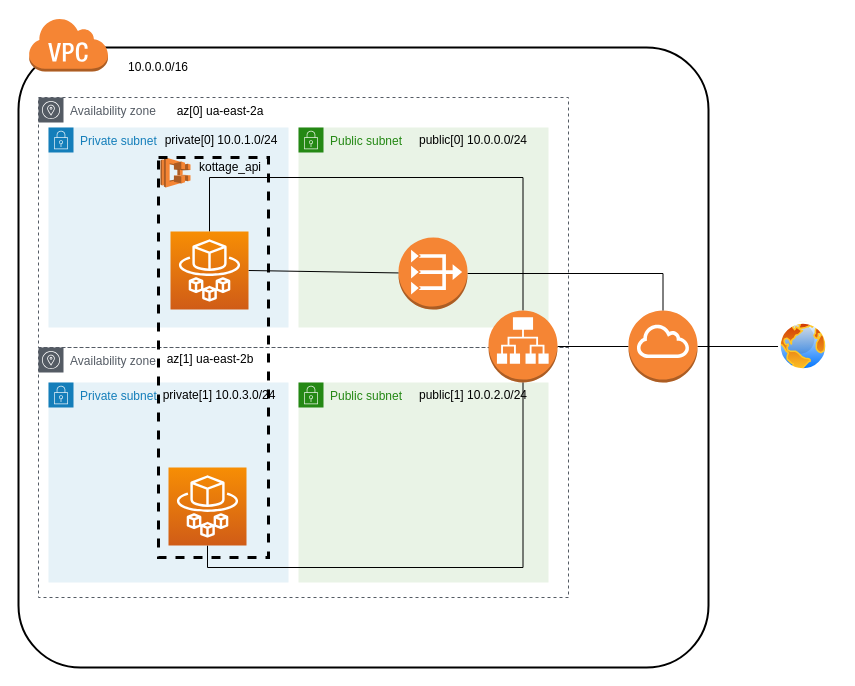
Earlier version of the draw.io diagram infra/kottage-network.drawio (hmiyado/kottage). Source tidied: cells renumbered, new cells numbered last; positions are measured from the earlier drawing's top-left corner, leaving out a move shared by most shapes. Both pictures are drawn from the tidied source at 100%, with x=0, y=0 at pixel (18, 17).
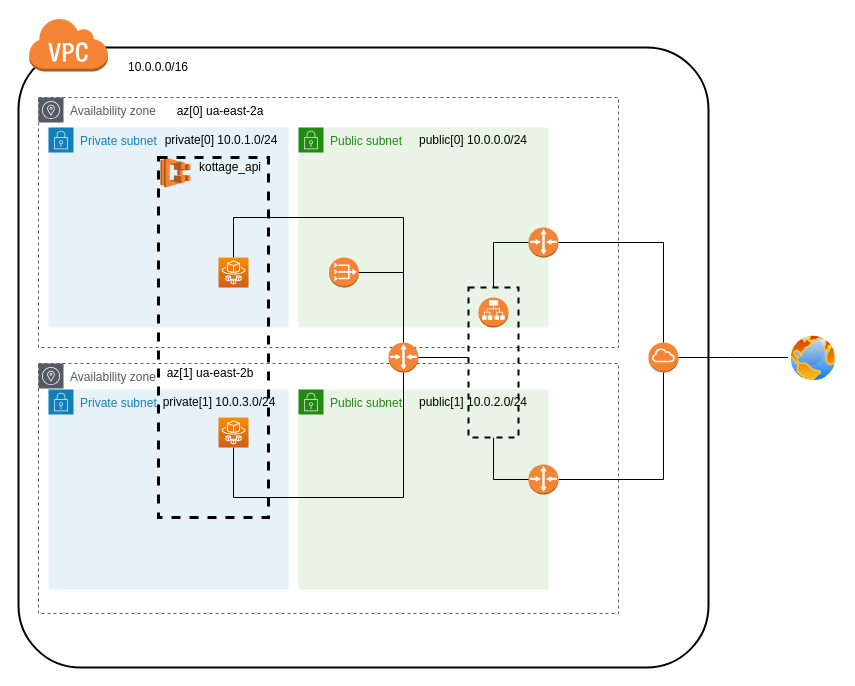
Above is the later version.

Commit message:
add router to network diagram

The edit, as a diff of the source:
```diff
@@
     <mxCell id="3" value="Availability zone" style="gradientColor=none;html=1;whiteSpace=wrap;fontSize=12;fontStyle=0;shape=mxgraph.aws4.group;grIcon=mxgraph.aws4.group_availability_zone;strokeColor=#545B64;fillColor=none;verticalAlign=top;align=left;spacingLeft=30;fontColor=#545B64;dashed=1;" parent="1" vertex="1">
-      <mxGeometry x="20" y="80" width="530" height="250" as="geometry" />
+      <mxGeometry x="20" y="80" width="580" height="250" as="geometry" />
     </mxCell>
@@
     <mxCell id="5" value="Availability zone" style="gradientColor=none;html=1;whiteSpace=wrap;fontSize=12;fontStyle=0;shape=mxgraph.aws4.group;grIcon=mxgraph.aws4.group_availability_zone;strokeColor=#545B64;fillColor=none;verticalAlign=top;align=left;spacingLeft=30;fontColor=#545B64;dashed=1;" parent="1" vertex="1">
-      <mxGeometry x="20" y="330" width="530" height="250" as="geometry" />
+      <mxGeometry x="20" y="346" width="580" height="250" as="geometry" />
     </mxCell>
@@
-    <mxCell id="7" style="rounded=0;jettySize=auto;html=1;exitX=0;exitY=0.5;exitDx=0;exitDy=0;exitPerimeter=0;endArrow=none;endFill=0;" parent="1" edge="1" source="9" target="19">
-      <mxGeometry relative="1" as="geometry" />
-    </mxCell>
@@
     <mxCell id="9" style="outlineConnect=0;dashed=0;verticalLabelPosition=bottom;verticalAlign=top;align=center;html=1;shape=mxgraph.aws3.internet_gateway;fillColor=#F58534;gradientColor=none;" parent="1" vertex="1">
-      <mxGeometry x="610" y="293" width="69" height="72" as="geometry" />
+      <mxGeometry x="630" y="325" width="30" height="30" as="geometry" />
     </mxCell>
@@
     <mxCell id="12" value="Private subnet" style="gradientColor=none;html=1;whiteSpace=wrap;fontSize=12;fontStyle=0;shape=mxgraph.aws4.group;grIcon=mxgraph.aws4.group_security_group;grStroke=0;strokeColor=#147EBA;fillColor=#E6F2F8;verticalAlign=top;align=left;spacingLeft=30;fontColor=#147EBA;dashed=0;" parent="1" vertex="1">
-      <mxGeometry x="30" y="365" width="240" height="200" as="geometry" />
+      <mxGeometry x="30" y="372" width="240" height="200" as="geometry" />
     </mxCell>
     <mxCell id="13" value="private[1] 10.0.3.0/24" style="text;html=1;strokeColor=none;fillColor=none;align=center;verticalAlign=middle;whiteSpace=wrap;rounded=0;" parent="1" vertex="1">
-      <mxGeometry x="141" y="368" width="120" height="20" as="geometry" />
+      <mxGeometry x="141" y="375" width="120" height="20" as="geometry" />
     </mxCell>
@@
     <mxCell id="16" value="Public subnet" style="gradientColor=none;html=1;whiteSpace=wrap;fontSize=12;fontStyle=0;shape=mxgraph.aws4.group;grIcon=mxgraph.aws4.group_security_group;grStroke=0;strokeColor=#248814;fillColor=#E9F3E6;verticalAlign=top;align=left;spacingLeft=30;fontColor=#248814;dashed=0;" parent="1" vertex="1">
-      <mxGeometry x="280" y="365" width="250" height="200" as="geometry" />
+      <mxGeometry x="280" y="372" width="250" height="200" as="geometry" />
     </mxCell>
     <mxCell id="17" value="public[1] 10.0.2.0/24" style="text;html=1;strokeColor=none;fillColor=none;align=center;verticalAlign=middle;whiteSpace=wrap;rounded=0;" parent="1" vertex="1">
-      <mxGeometry x="390" y="368" width="130" height="20" as="geometry" />
+      <mxGeometry x="390" y="375" width="130" height="20" as="geometry" />
     </mxCell>
-    <mxCell id="18" style="edgeStyle=elbowEdgeStyle;rounded=0;jettySize=auto;html=1;exitX=0.5;exitY=0;exitDx=0;exitDy=0;exitPerimeter=0;entryX=0.5;entryY=0;entryDx=0;entryDy=0;entryPerimeter=0;endArrow=none;endFill=0;strokeColor=#000000;elbow=vertical;" parent="1" edge="1" source="19" target="23">
+    <mxCell id="18" style="edgeStyle=elbowEdgeStyle;rounded=0;jettySize=auto;html=1;entryX=0.5;entryY=0;entryDx=0;entryDy=0;entryPerimeter=0;endArrow=none;endFill=0;strokeColor=#000000;elbow=vertical;exitX=0.5;exitY=0;exitDx=0;exitDy=0;exitPerimeter=0;" parent="1" edge="1" source="32" target="23">
       <mxGeometry relative="1" as="geometry">
         <Array as="points">
+          <mxPoint x="290" y="200" />
           <mxPoint x="380" y="160" />
         </Array>
       </mxGeometry>
     </mxCell>
     <mxCell id="19" style="outlineConnect=0;dashed=0;verticalLabelPosition=bottom;verticalAlign=top;align=center;html=1;shape=mxgraph.aws3.application_load_balancer;fillColor=#F58534;gradientColor=none;" parent="1" vertex="1">
-      <mxGeometry x="470" y="293" width="69" height="72" as="geometry" />
+      <mxGeometry x="460" y="280" width="30" height="30" as="geometry" />
     </mxCell>
-    <mxCell id="20" style="edgeStyle=elbowEdgeStyle;rounded=0;jettySize=auto;elbow=vertical;html=1;exitX=1;exitY=0.5;exitDx=0;exitDy=0;exitPerimeter=0;endArrow=none;endFill=0;strokeColor=#000000;" parent="1" edge="1" source="21" target="9">
+    <mxCell id="20" style="edgeStyle=elbowEdgeStyle;rounded=0;jettySize=auto;elbow=vertical;html=1;exitX=1;exitY=0.5;exitDx=0;exitDy=0;exitPerimeter=0;endArrow=none;endFill=0;strokeColor=#000000;entryX=0.5;entryY=0;entryDx=0;entryDy=0;entryPerimeter=0;" parent="1" edge="1" source="21" target="32">
       <mxGeometry relative="1" as="geometry">
         <Array as="points">
-          <mxPoint x="570" y="256" />
+          <mxPoint x="390" y="255" />
         </Array>
       </mxGeometry>
     </mxCell>
     <mxCell id="21" style="outlineConnect=0;dashed=0;verticalLabelPosition=bottom;verticalAlign=top;align=center;html=1;shape=mxgraph.aws3.vpc_nat_gateway;fillColor=#F58534;gradientColor=none;" parent="1" vertex="1">
-      <mxGeometry x="380" y="220" width="69" height="72" as="geometry" />
+      <mxGeometry x="310.5" y="240" width="30" height="30" as="geometry" />
     </mxCell>
-    <mxCell id="22" style="edgeStyle=none;rounded=0;jettySize=auto;html=1;exitX=1;exitY=0.5;exitDx=0;exitDy=0;exitPerimeter=0;endArrow=none;endFill=0;strokeColor=#000000;" parent="1" edge="1" source="23" target="21">
-      <mxGeometry relative="1" as="geometry" />
-    </mxCell>
     <mxCell id="23" style="points=[[0,0,0],[0.25,0,0],[0.5,0,0],[0.75,0,0],[1,0,0],[0,1,0],[0.25,1,0],[0.5,1,0],[0.75,1,0],[1,1,0],[0,0.25,0],[0,0.5,0],[0,0.75,0],[1,0.25,0],[1,0.5,0],[1,0.75,0]];outlineConnect=0;fontColor=#232F3E;gradientColor=#F78E04;gradientDirection=north;fillColor=#D05C17;strokeColor=#ffffff;dashed=0;verticalLabelPosition=bottom;verticalAlign=top;align=center;html=1;fontSize=12;fontStyle=0;shape=mxgraph.aws4.resourceIcon;resIcon=mxgraph.aws4.fargate;" parent="1" vertex="1">
-      <mxGeometry x="152" y="214" width="78" height="78" as="geometry" />
+      <mxGeometry x="200" y="240" width="30" height="30" as="geometry" />
     </mxCell>
-    <mxCell id="24" style="edgeStyle=elbowEdgeStyle;rounded=0;jettySize=auto;elbow=vertical;html=1;exitX=0.5;exitY=1;exitDx=0;exitDy=0;exitPerimeter=0;endArrow=none;endFill=0;strokeColor=#000000;" parent="1" edge="1" source="25" target="19">
+    <mxCell id="24" style="edgeStyle=elbowEdgeStyle;rounded=0;jettySize=auto;elbow=vertical;html=1;exitX=0.5;exitY=1;exitDx=0;exitDy=0;exitPerimeter=0;endArrow=none;endFill=0;strokeColor=#000000;entryX=0.5;entryY=1;entryDx=0;entryDy=0;entryPerimeter=0;" parent="1" edge="1" source="25" target="32">
       <mxGeometry relative="1" as="geometry">
         <Array as="points">
-          <mxPoint x="370" y="550" />
+          <mxPoint x="290" y="480" />
+          <mxPoint x="370" y="557" />
         </Array>
       </mxGeometry>
     </mxCell>
     <mxCell id="25" style="points=[[0,0,0],[0.25,0,0],[0.5,0,0],[0.75,0,0],[1,0,0],[0,1,0],[0.25,1,0],[0.5,1,0],[0.75,1,0],[1,1,0],[0,0.25,0],[0,0.5,0],[0,0.75,0],[1,0.25,0],[1,0.5,0],[1,0.75,0]];outlineConnect=0;fontColor=#232F3E;gradientColor=#F78E04;gradientDirection=north;fillColor=#D05C17;strokeColor=#ffffff;dashed=0;verticalLabelPosition=bottom;verticalAlign=top;align=center;html=1;fontSize=12;fontStyle=0;shape=mxgraph.aws4.resourceIcon;resIcon=mxgraph.aws4.fargate;" parent="1" vertex="1">
-      <mxGeometry x="150" y="450" width="78" height="78" as="geometry" />
+      <mxGeometry x="200" y="400" width="30" height="30" as="geometry" />
     </mxCell>
@@
     <mxCell id="29" value="az[1] ua-east-2b" style="text;html=1;strokeColor=none;fillColor=none;align=center;verticalAlign=middle;whiteSpace=wrap;rounded=0;dashed=1;" parent="1" vertex="1">
-      <mxGeometry x="144" y="332" width="96" height="20" as="geometry" />
+      <mxGeometry x="144" y="346" width="96" height="20" as="geometry" />
     </mxCell>
     <mxCell id="30" style="perimeter=ellipsePerimeter;html=1;align=center;shadow=0;dashed=0;spacingTop=3;image;image=img/lib/active_directory/internet_globe.svg;strokeWidth=3;fillColor=none;" parent="1" vertex="1">
-      <mxGeometry x="760" y="304" width="50" height="50" as="geometry" />
+      <mxGeometry x="770" y="316" width="50" height="50" as="geometry" />
     </mxCell>
+    <mxCell id="32" style="outlineConnect=0;dashed=0;verticalLabelPosition=bottom;verticalAlign=top;align=center;html=1;shape=mxgraph.aws3.router;fillColor=#F58536;gradientColor=none;" parent="1" vertex="1">
+      <mxGeometry x="370" y="325" width="30" height="30" as="geometry" />
+    </mxCell>
+    <mxCell id="33" style="edgeStyle=orthogonalEdgeStyle;rounded=0;jettySize=auto;html=1;exitX=1;exitY=0.5;exitDx=0;exitDy=0;exitPerimeter=0;endArrow=none;endFill=0;" parent="1" edge="1" source="34" target="9">
+      <mxGeometry relative="1" as="geometry">
+        <Array as="points">
+          <mxPoint x="645" y="225" />
+        </Array>
+      </mxGeometry>
+    </mxCell>
+    <mxCell id="34" style="outlineConnect=0;dashed=0;verticalLabelPosition=bottom;verticalAlign=top;align=center;html=1;shape=mxgraph.aws3.router;fillColor=#F58536;gradientColor=none;" parent="1" vertex="1">
+      <mxGeometry x="510" y="210" width="30" height="30" as="geometry" />
+    </mxCell>
+    <mxCell id="35" style="edgeStyle=orthogonalEdgeStyle;rounded=0;jettySize=auto;html=1;exitX=1;exitY=0.5;exitDx=0;exitDy=0;exitPerimeter=0;endArrow=none;endFill=0;" parent="1" edge="1" source="36" target="9">
+      <mxGeometry relative="1" as="geometry" />
+    </mxCell>
+    <mxCell id="36" style="outlineConnect=0;dashed=0;verticalLabelPosition=bottom;verticalAlign=top;align=center;html=1;shape=mxgraph.aws3.router;fillColor=#F58536;gradientColor=none;" parent="1" vertex="1">
+      <mxGeometry x="510" y="447" width="30" height="30" as="geometry" />
+    </mxCell>
+    <mxCell id="37" style="edgeStyle=orthogonalEdgeStyle;rounded=0;jettySize=auto;html=1;exitX=0.5;exitY=0;exitDx=0;exitDy=0;entryX=0;entryY=0.5;entryDx=0;entryDy=0;entryPerimeter=0;endArrow=none;endFill=0;" parent="1" edge="1" source="40" target="34">
+      <mxGeometry relative="1" as="geometry" />
+    </mxCell>
+    <mxCell id="38" style="edgeStyle=orthogonalEdgeStyle;rounded=0;jettySize=auto;html=1;entryX=0;entryY=0.5;entryDx=0;entryDy=0;entryPerimeter=0;endArrow=none;endFill=0;exitX=0.5;exitY=1;exitDx=0;exitDy=0;" parent="1" edge="1" source="40" target="36">
+      <mxGeometry relative="1" as="geometry" />
+    </mxCell>
+    <mxCell id="39" style="edgeStyle=orthogonalEdgeStyle;rounded=0;jettySize=auto;html=1;endArrow=none;endFill=0;" parent="1" edge="1" source="40" target="32">
+      <mxGeometry relative="1" as="geometry">
+        <Array as="points">
+          <mxPoint x="440" y="340" />
+          <mxPoint x="440" y="340" />
+        </Array>
+      </mxGeometry>
+    </mxCell>
+    <mxCell id="40" style="rounded=0;whiteSpace=wrap;html=1;fillColor=none;strokeWidth=2;dashed=1;" parent="1" vertex="1">
+      <mxGeometry x="450" y="270" width="50" height="150" as="geometry" />
+    </mxCell>
     <mxCell id="31" style="rounded=0;whiteSpace=wrap;html=1;fillColor=none;strokeWidth=3;dashed=1;" parent="1" vertex="1">
-      <mxGeometry x="140" y="140" width="110" height="400" as="geometry" />
+      <mxGeometry x="140" y="140" width="110" height="360" as="geometry" />
     </mxCell>
```
